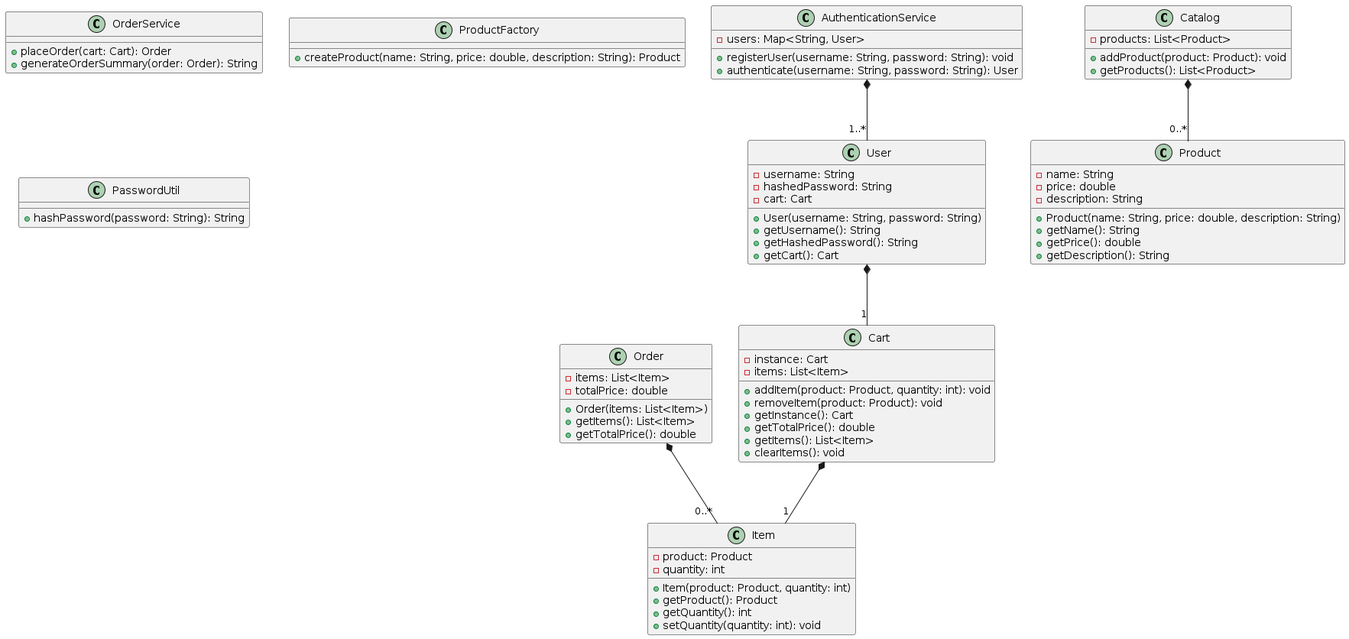
Before: plantuml.png, a diagram exported from PlantUML (mplaczek99/SE450-Final).
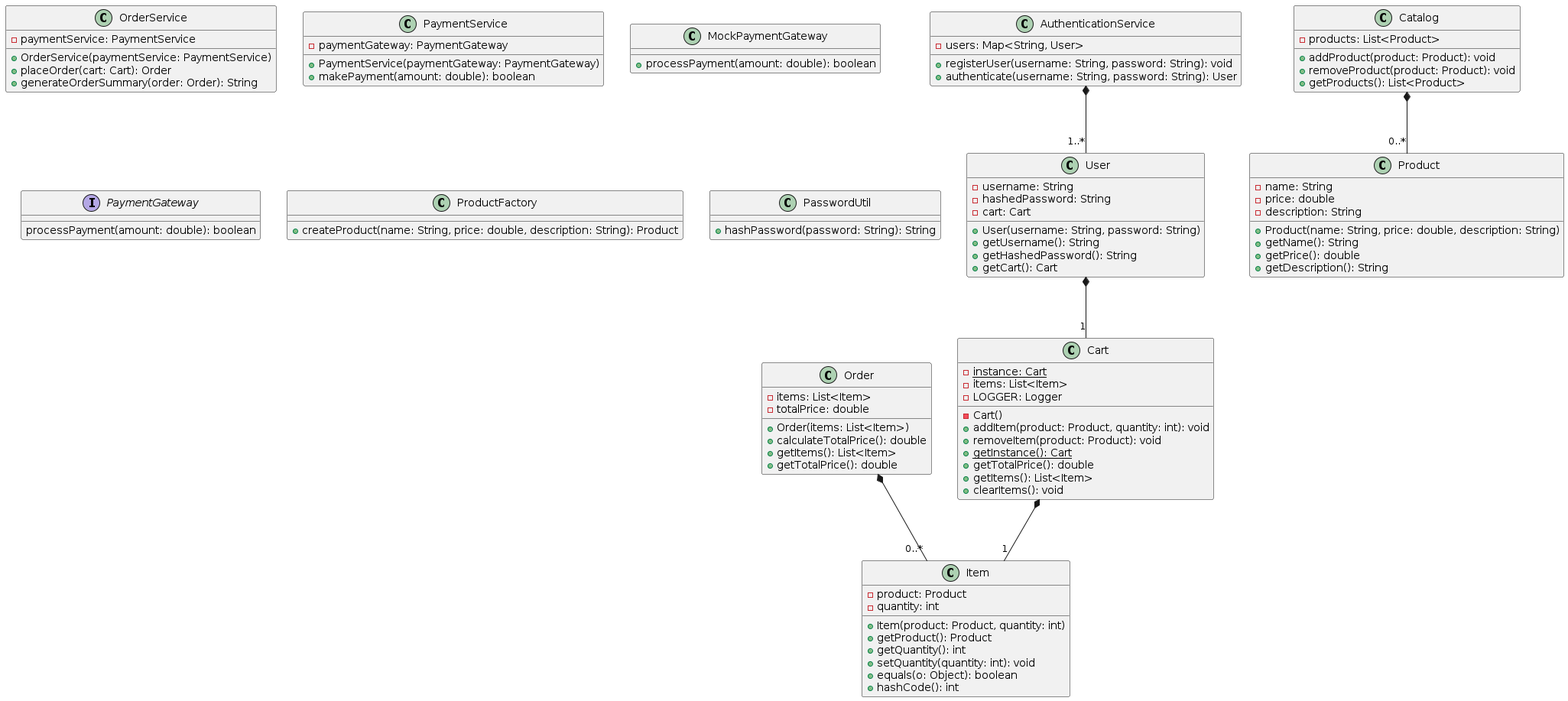
Above is the later version.

What changed in the source:
```diff
@@ -1,11 +1,13 @@
 @startuml
 
 class Cart {
-  -instance: Cart
+  {static} - instance: Cart
   -items: List<Item>
+  -LOGGER: Logger
+  -Cart()
   +addItem(product: Product, quantity: int): void
   +removeItem(product: Product): void
-  +getInstance(): Cart
+  {static} +getInstance(): Cart
   +getTotalPrice(): double
   +getItems(): List<Item>
   +clearItems(): void
@@ -14,6 +16,7 @@
 class Catalog {
   -products: List<Product>
   +addProduct(product: Product): void
+  +removeProduct(product: Product): void
   +getProducts(): List<Product>
 }
 
@@ -24,19 +27,38 @@
   +getProduct(): Product
   +getQuantity(): int
   +setQuantity(quantity: int): void
+  +equals(o: Object): boolean
+  +hashCode(): int
 }
 
 class Order {
   -items: List<Item>
   -totalPrice: double
   +Order(items: List<Item>)
+  +calculateTotalPrice(): double
   +getItems(): List<Item>
   +getTotalPrice(): double
 }
 
 class OrderService {
+  -paymentService: PaymentService
+  +OrderService(paymentService: PaymentService)
   +placeOrder(cart: Cart): Order
   +generateOrderSummary(order: Order): String
+}
+
+class PaymentService {
+  -paymentGateway: PaymentGateway
+  +PaymentService(paymentGateway: PaymentGateway)
+  +makePayment(amount: double): boolean
+}
+
+class MockPaymentGateway {
+  +processPayment(amount: double): boolean
+}
+
+interface PaymentGateway {
+  processPayment(amount: double): boolean
 }
 
 class Product {
```
